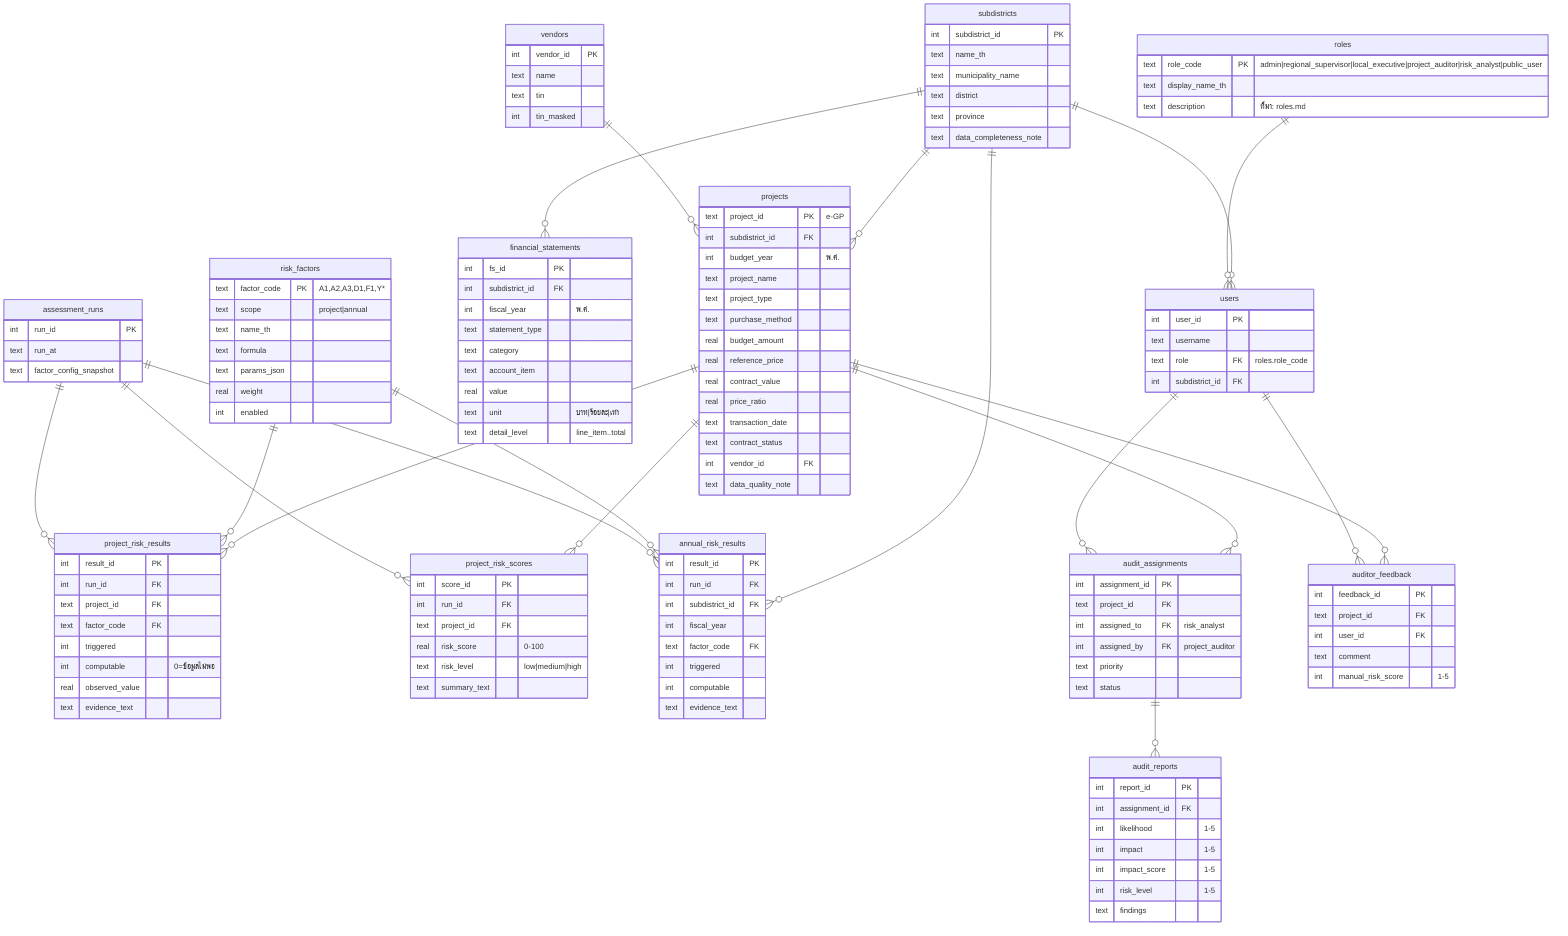
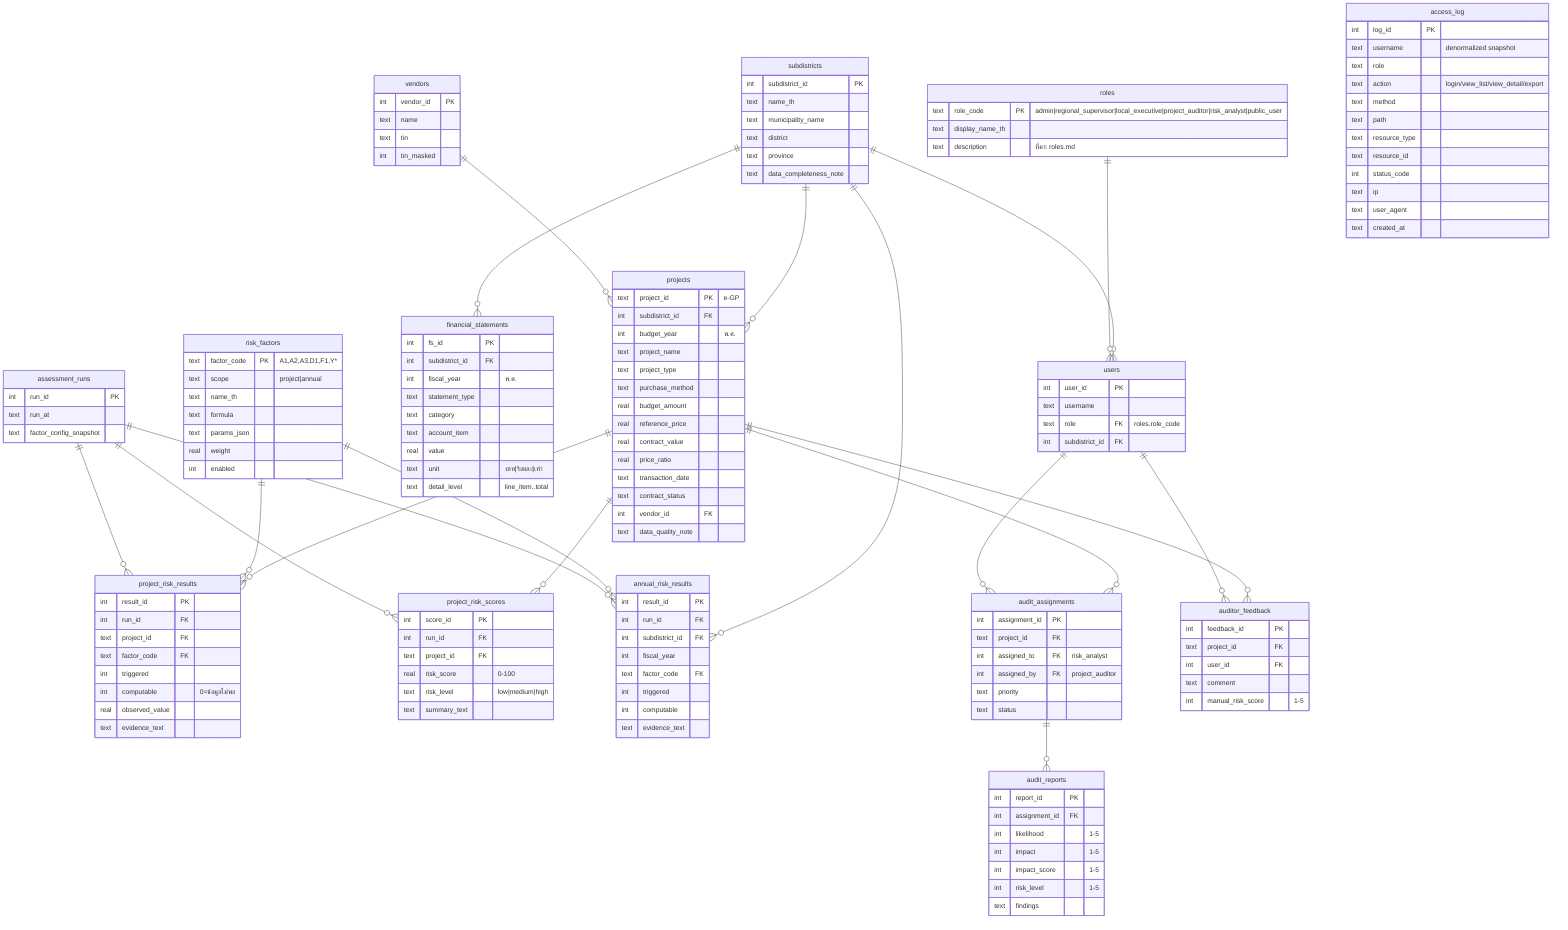
erDiagram
    subdistricts {
        int subdistrict_id PK
        text name_th
        text municipality_name
        text district
        text province
        text data_completeness_note
    }
    vendors {
        int vendor_id PK
        text name
        text tin
        int tin_masked
    }
    roles {
        text role_code PK "admin|regional_supervisor|local_executive|project_auditor|risk_analyst|public_user"
        text display_name_th
        text description "ที่มา: roles.md"
    }
    users {
        int user_id PK
        text username
        text role FK "roles.role_code"
        int subdistrict_id FK
    }
    projects {
        text project_id PK "e-GP"
        int subdistrict_id FK
        int budget_year "พ.ศ."
        text project_name
        text project_type
        text purchase_method
        real budget_amount
        real reference_price
        real contract_value
        real price_ratio
        text transaction_date
        text contract_status
        int vendor_id FK
        text data_quality_note
    }
    financial_statements {
        int fs_id PK
        int subdistrict_id FK
        int fiscal_year "พ.ศ."
        text statement_type
        text category
        text account_item
        real value
        text unit "บาท|ร้อยละ|เท่า"
        text detail_level "line_item..total"
    }
    risk_factors {
        text factor_code PK "A1,A2,A3,D1,F1,Y*"
        text scope "project|annual"
        text name_th
        text formula
        text params_json
        real weight
        int enabled
    }
    assessment_runs {
        int run_id PK
        text run_at
        text factor_config_snapshot
    }
    project_risk_results {
        int result_id PK
        int run_id FK
        text project_id FK
        text factor_code FK
        int triggered
        int computable "0=ข้อมูลไม่พอ"
        real observed_value
        text evidence_text
    }
    project_risk_scores {
        int score_id PK
        int run_id FK
        text project_id FK
        real risk_score "0-100"
        text risk_level "low|medium|high"
        text summary_text
    }
    annual_risk_results {
        int result_id PK
        int run_id FK
        int subdistrict_id FK
        int fiscal_year
        text factor_code FK
        int triggered
        int computable
        text evidence_text
    }
    audit_assignments {
        int assignment_id PK
        text project_id FK
        int assigned_to FK "risk_analyst"
        int assigned_by FK "project_auditor"
        text priority
        text status
    }
    audit_reports {
        int report_id PK
        int assignment_id FK
        int likelihood "1-5"
        int impact "1-5"
        int impact_score "1-5"
        int risk_level "1-5"
        text findings
    }
    auditor_feedback {
        int feedback_id PK
        text project_id FK
        int user_id FK
        text comment
        int manual_risk_score "1-5"
    }
+     access_log {
+         int log_id PK
+         text username "denormalized snapshot"
+         text role
+         text action "login/view_list/view_detail/export"
+         text method
+         text path
+         text resource_type
+         text resource_id
+         int status_code
+         text ip
+         text user_agent
+         text created_at
+     }

    subdistricts ||--o{ projects : ""
    subdistricts ||--o{ financial_statements : ""
    subdistricts ||--o{ annual_risk_results : ""
    subdistricts ||--o{ users : ""
    roles ||--o{ users : ""
    vendors ||--o{ projects : ""
    projects ||--o{ project_risk_results : ""
    projects ||--o{ project_risk_scores : ""
    projects ||--o{ audit_assignments : ""
    projects ||--o{ auditor_feedback : ""
    risk_factors ||--o{ project_risk_results : ""
    risk_factors ||--o{ annual_risk_results : ""
    assessment_runs ||--o{ project_risk_results : ""
    assessment_runs ||--o{ annual_risk_results : ""
    assessment_runs ||--o{ project_risk_scores : ""
    users ||--o{ audit_assignments : ""
    audit_assignments ||--o{ audit_reports : ""
    users ||--o{ auditor_feedback : ""
